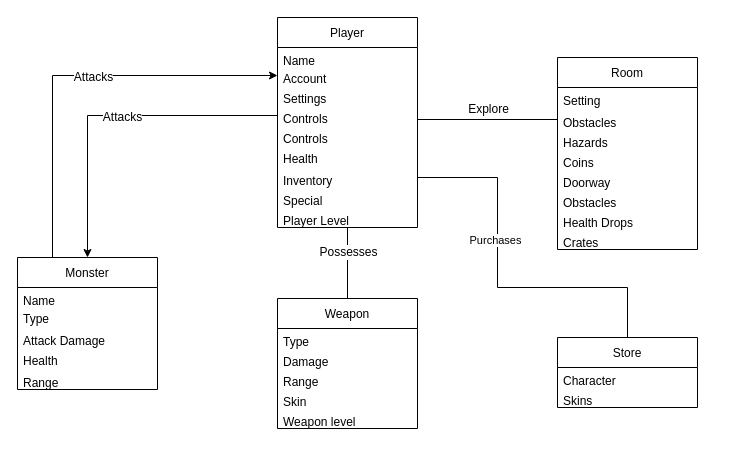
Above: Domain Model M2/Domain Model M2.drawio in jcarpenter48/dungeon_16 (draw.io), before the change. Source tidied: cells renumbered, new cells numbered last; positions are measured from the earlier drawing's top-left corner, leaving out a move shared by most shapes. Both pictures are drawn from the tidied source at 100%, with x=0, y=0 at pixel (17, 17).
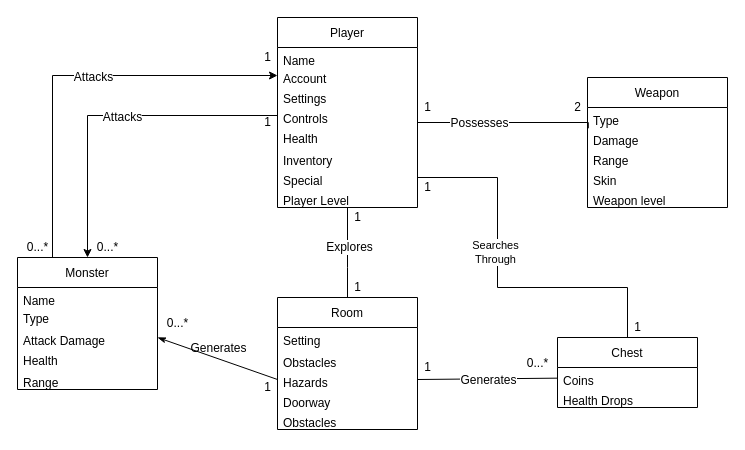
After the change.

Commit message:
Update M2 Domain Model Rough Draft

The change refers to these unchanged cells:
```xml
<mxCell id="19" value="Attack Damage" style="text;strokeColor=none;fillColor=none;align=left;verticalAlign=top;spacingLeft=4;spacingRight=4;overflow=hidden;points=[[0,0.5],[1,0.5]];portConstraint=eastwest;" parent="16" vertex="1">
  <mxGeometry y="70" width="140" height="20" as="geometry" />
</mxCell>
<mxCell id="24" value="Damage" style="text;strokeColor=none;fillColor=none;align=left;verticalAlign=top;spacingLeft=4;spacingRight=4;overflow=hidden;points=[[0,0.5],[1,0.5]];portConstraint=eastwest;" parent="22" vertex="1">
  <mxGeometry y="50" width="140" height="20" as="geometry" />
</mxCell>
<mxCell id="30" value="Obstacles" style="text;strokeColor=none;fillColor=none;align=left;verticalAlign=top;spacingLeft=4;spacingRight=4;overflow=hidden;points=[[0,0.5],[1,0.5]];portConstraint=eastwest;" parent="28" vertex="1">
  <mxGeometry y="52" width="140" height="20" as="geometry" />
</mxCell>
<mxCell id="31" value="Hazards" style="text;strokeColor=none;fillColor=none;align=left;verticalAlign=top;spacingLeft=4;spacingRight=4;overflow=hidden;points=[[0,0.5],[1,0.5]];portConstraint=eastwest;" parent="28" vertex="1">
  <mxGeometry y="72" width="140" height="20" as="geometry" />
</mxCell>
<mxCell id="42" style="edgeStyle=orthogonalEdgeStyle;rounded=0;jettySize=auto;html=1;exitX=1;exitY=0.5;exitDx=0;exitDy=0;startArrow=none;startFill=0;endArrow=none;endFill=0;" parent="1" edge="1" source="12">
  <mxGeometry relative="1" as="geometry">
    <mxPoint x="610" y="320" as="targetPoint" />
    <Array as="points">
      <mxPoint x="480" y="160" />
      <mxPoint x="480" y="270" />
      <mxPoint x="610" y="270" />
    </Array>
  </mxGeometry>
</mxCell>
```

Diff of the diagram source:
```diff
@@
-    <mxCell id="2" style="edgeStyle=orthogonalEdgeStyle;rounded=0;jettySize=auto;html=1;entryX=0.5;entryY=0;entryDx=0;entryDy=0;endArrow=none;endFill=0;" parent="1" edge="1" source="4" target="22">
-      <mxGeometry relative="1" as="geometry" />
+    <mxCell id="2" style="edgeStyle=orthogonalEdgeStyle;rounded=0;jettySize=auto;html=1;entryX=0.006;entryY=0.04;entryDx=0;entryDy=0;endArrow=none;endFill=0;entryPerimeter=0;" parent="1" edge="1" source="4" target="24">
+      <mxGeometry relative="1" as="geometry">
+        <Array as="points">
+          <mxPoint x="571" y="105" />
+        </Array>
+      </mxGeometry>
     </mxCell>
@@
+    <mxCell id="46" style="edgeStyle=none;rounded=0;jettySize=auto;html=1;startArrow=none;startFill=0;endArrow=none;endFill=0;strokeColor=#000000;entryX=0.5;entryY=0;entryDx=0;entryDy=0;" parent="1" edge="1" source="4" target="28">
+      <mxGeometry relative="1" as="geometry">
+        <Array as="points">
+          <mxPoint x="330" y="250" />
+        </Array>
+      </mxGeometry>
+    </mxCell>
+    <mxCell id="47" value="&lt;font style=&quot;font-size: 12px&quot;&gt;Explores&lt;/font&gt;" style="edgeLabel;html=1;align=center;verticalAlign=middle;" parent="46" vertex="1">
+      <mxGeometry x="-0.14" y="1" relative="1" as="geometry" />
+    </mxCell>
     <mxCell id="4" value="Player" style="swimlane;fontStyle=0;horizontal=1;startSize=30;" parent="1" vertex="1">
-      <mxGeometry x="260" width="140" height="210" as="geometry" />
+      <mxGeometry x="260" width="140" height="190" as="geometry" />
     </mxCell>
@@
-    <mxCell id="9" value="Controls" style="text;strokeColor=none;fillColor=none;align=left;verticalAlign=top;spacingLeft=4;spacingRight=4;overflow=hidden;" parent="4" vertex="1">
-      <mxGeometry y="108" width="140" height="20" as="geometry" />
-    </mxCell>
     <mxCell id="10" value="Health" style="text;strokeColor=none;fillColor=none;align=left;verticalAlign=top;spacingLeft=4;spacingRight=4;overflow=hidden;" parent="4" vertex="1">
-      <mxGeometry y="128" width="140" height="22" as="geometry" />
+      <mxGeometry y="108" width="140" height="22" as="geometry" />
     </mxCell>
     <mxCell id="11" value="Inventory" style="text;strokeColor=none;fillColor=none;align=left;verticalAlign=top;spacingLeft=4;spacingRight=4;overflow=hidden;" parent="4" vertex="1">
-      <mxGeometry y="150" width="140" height="20" as="geometry" />
+      <mxGeometry y="130" width="140" height="20" as="geometry" />
     </mxCell>
     <mxCell id="12" value="Special" style="text;strokeColor=none;fillColor=none;align=left;verticalAlign=top;spacingLeft=4;spacingRight=4;overflow=hidden;points=[[0,0.5],[1,0.5]];portConstraint=eastwest;" parent="4" vertex="1">
-      <mxGeometry y="170" width="140" height="20" as="geometry" />
+      <mxGeometry y="150" width="140" height="20" as="geometry" />
     </mxCell>
     <mxCell id="13" value="Player Level" style="text;strokeColor=none;fillColor=none;align=left;verticalAlign=top;spacingLeft=4;spacingRight=4;overflow=hidden;" parent="4" vertex="1">
-      <mxGeometry y="190" width="140" height="20" as="geometry" />
+      <mxGeometry y="170" width="140" height="20" as="geometry" />
     </mxCell>
@@
     <mxCell id="22" value="Weapon" style="swimlane;fontStyle=0;horizontal=1;startSize=30;" parent="1" vertex="1">
-      <mxGeometry x="260" y="281" width="140" height="130" as="geometry" />
+      <mxGeometry x="570" y="60" width="140" height="130" as="geometry" />
     </mxCell>
@@
     <mxCell id="28" value="Room" style="swimlane;fontStyle=0;horizontal=1;startSize=30;" parent="1" vertex="1">
-      <mxGeometry x="540" y="40" width="140" height="192" as="geometry" />
+      <mxGeometry x="260" y="280" width="140" height="132" as="geometry" />
     </mxCell>
@@
-    <mxCell id="32" value="Coins" style="text;strokeColor=none;fillColor=none;align=left;verticalAlign=top;spacingLeft=4;spacingRight=4;overflow=hidden;points=[[0,0.5],[1,0.5]];portConstraint=eastwest;" parent="28" vertex="1">
-      <mxGeometry y="92" width="140" height="20" as="geometry" />
-    </mxCell>
     <mxCell id="33" value="Doorway" style="text;strokeColor=none;fillColor=none;align=left;verticalAlign=top;spacingLeft=4;spacingRight=4;overflow=hidden;" parent="28" vertex="1">
-      <mxGeometry y="112" width="140" height="20" as="geometry" />
+      <mxGeometry y="92" width="140" height="20" as="geometry" />
     </mxCell>
     <mxCell id="34" value="Obstacles" style="text;strokeColor=none;fillColor=none;align=left;verticalAlign=top;spacingLeft=4;spacingRight=4;overflow=hidden;" parent="28" vertex="1">
-      <mxGeometry y="132" width="140" height="20" as="geometry" />
+      <mxGeometry y="112" width="140" height="20" as="geometry" />
     </mxCell>
+    <mxCell id="37" value="Chest" style="swimlane;fontStyle=0;horizontal=1;startSize=30;" parent="1" vertex="1">
+      <mxGeometry x="540" y="320" width="140" height="70" as="geometry" />
+    </mxCell>
+    <mxCell id="32" value="Coins" style="text;strokeColor=none;fillColor=none;align=left;verticalAlign=top;spacingLeft=4;spacingRight=4;overflow=hidden;points=[[0,0.5],[1,0.5]];portConstraint=eastwest;" parent="37" vertex="1">
+      <mxGeometry y="30" width="140" height="20" as="geometry" />
+    </mxCell>
-    <mxCell id="35" value="Health Drops" style="text;strokeColor=none;fillColor=none;align=left;verticalAlign=top;spacingLeft=4;spacingRight=4;overflow=hidden;" parent="28" vertex="1">
-      <mxGeometry y="152" width="140" height="20" as="geometry" />
+    <mxCell id="35" value="Health Drops" style="text;strokeColor=none;fillColor=none;align=left;verticalAlign=top;spacingLeft=4;spacingRight=4;overflow=hidden;" parent="37" vertex="1">
+      <mxGeometry y="50" width="140" height="20" as="geometry" />
     </mxCell>
-    <mxCell id="36" value="Crates" style="text;strokeColor=none;fillColor=none;align=left;verticalAlign=top;spacingLeft=4;spacingRight=4;overflow=hidden;" parent="28" vertex="1">
-      <mxGeometry y="172" width="140" height="20" as="geometry" />
-    </mxCell>
-    <mxCell id="37" value="Store" style="swimlane;fontStyle=0;horizontal=1;startSize=30;" parent="1" vertex="1">
-      <mxGeometry x="540" y="320" width="140" height="70" as="geometry" />
-    </mxCell>
-    <mxCell id="38" value="Character" style="text;strokeColor=none;fillColor=none;align=left;verticalAlign=top;spacingLeft=4;spacingRight=4;overflow=hidden;" parent="37" vertex="1">
-      <mxGeometry y="30" width="140" height="20" as="geometry" />
-    </mxCell>
-    <mxCell id="39" value="Skins" style="text;strokeColor=none;fillColor=none;align=left;verticalAlign=top;spacingLeft=4;spacingRight=4;overflow=hidden;" parent="37" vertex="1">
-      <mxGeometry y="50" width="140" height="20" as="geometry" />
-    </mxCell>
@@
-    <mxCell id="43" value="Purchases" style="edgeLabel;html=1;align=center;verticalAlign=middle;" parent="42" vertex="1">
+    <mxCell id="43" value="Searches&lt;br&gt;Through" style="edgeLabel;html=1;align=center;verticalAlign=middle;" parent="42" vertex="1">
       <mxGeometry x="-0.17" y="-3" relative="1" as="geometry" />
     </mxCell>
-    <mxCell id="44" style="endArrow=none;html=1;" parent="1" edge="1" target="30">
-      <mxGeometry relative="1" as="geometry">
-        <mxPoint x="400" y="102" as="sourcePoint" />
-      </mxGeometry>
-    </mxCell>
-    <mxCell id="45" value="&lt;font style=&quot;font-size: 12px&quot;&gt;Explore&lt;/font&gt;" style="edgeLabel;html=1;align=center;verticalAlign=middle;labelBackgroundColor=none;" parent="44" vertex="1">
-      <mxGeometry x="-0.23" y="1" relative="1" as="geometry">
-        <mxPoint x="16" y="-10" as="offset" />
-      </mxGeometry>
-    </mxCell>
+    <mxCell id="48" value="1" style="text;html=1;align=center;verticalAlign=middle;strokeColor=none;" parent="1" vertex="1">
+      <mxGeometry x="240" y="30" width="20" height="20" as="geometry" />
+    </mxCell>
+    <mxCell id="49" value="1" style="text;html=1;align=center;verticalAlign=middle;strokeColor=none;" parent="1" vertex="1">
+      <mxGeometry x="240" y="95" width="20" height="20" as="geometry" />
+    </mxCell>
+    <mxCell id="50" value="1" style="text;html=1;align=center;verticalAlign=middle;strokeColor=none;" parent="1" vertex="1">
+      <mxGeometry x="400" y="80" width="20" height="20" as="geometry" />
+    </mxCell>
+    <mxCell id="51" value="1" style="text;html=1;align=center;verticalAlign=middle;strokeColor=none;" parent="1" vertex="1">
+      <mxGeometry x="400" y="160" width="20" height="20" as="geometry" />
+    </mxCell>
+    <mxCell id="52" value="1" style="text;html=1;align=center;verticalAlign=middle;strokeColor=none;" parent="1" vertex="1">
+      <mxGeometry x="330" y="190" width="20" height="20" as="geometry" />
+    </mxCell>
+    <mxCell id="53" value="1" style="text;html=1;align=center;verticalAlign=middle;strokeColor=none;" parent="1" vertex="1">
+      <mxGeometry x="330" y="260" width="20" height="20" as="geometry" />
+    </mxCell>
+    <mxCell id="54" style="edgeStyle=none;rounded=0;jettySize=auto;html=1;exitX=0;exitY=0.5;exitDx=0;exitDy=0;entryX=1;entryY=0.5;entryDx=0;entryDy=0;startArrow=none;startFill=0;endArrow=classicThin;endFill=1;strokeColor=#000000;" parent="1" edge="1" source="31" target="19">
+      <mxGeometry relative="1" as="geometry" />
+    </mxCell>
+    <mxCell id="55" value="&lt;font style=&quot;font-size: 12px&quot;&gt;Generates&lt;/font&gt;" style="edgeLabel;html=1;align=center;verticalAlign=middle;labelBackgroundColor=none;" parent="54" vertex="1">
+      <mxGeometry x="-0.19" y="1" relative="1" as="geometry">
+        <mxPoint x="-11" y="-16" as="offset" />
+      </mxGeometry>
+    </mxCell>
+    <mxCell id="56" value="1" style="text;html=1;align=center;verticalAlign=middle;strokeColor=none;" parent="1" vertex="1">
+      <mxGeometry x="240" y="360" width="20" height="20" as="geometry" />
+    </mxCell>
+    <mxCell id="57" value="0...*" style="text;html=1;align=center;verticalAlign=middle;strokeColor=none;" parent="1" vertex="1">
+      <mxGeometry x="140" y="296" width="40" height="20" as="geometry" />
+    </mxCell>
+    <mxCell id="58" value="0...*" style="text;html=1;align=center;verticalAlign=middle;strokeColor=none;" parent="1" vertex="1">
+      <mxGeometry x="70" y="220" width="40" height="20" as="geometry" />
+    </mxCell>
+    <mxCell id="59" value="0...*" style="text;html=1;align=center;verticalAlign=middle;strokeColor=none;" parent="1" vertex="1">
+      <mxGeometry y="220" width="40" height="20" as="geometry" />
+    </mxCell>
+    <mxCell id="60" value="2" style="text;html=1;align=center;verticalAlign=middle;strokeColor=none;" parent="1" vertex="1">
+      <mxGeometry x="550" y="80" width="20" height="20" as="geometry" />
+    </mxCell>
+    <mxCell id="61" style="edgeStyle=none;rounded=0;jettySize=auto;html=1;exitX=1;exitY=0.5;exitDx=0;exitDy=0;startArrow=none;startFill=0;endArrow=none;endFill=0;strokeColor=#000000;" parent="1" edge="1" source="31" target="32">
+      <mxGeometry relative="1" as="geometry" />
+    </mxCell>
+    <mxCell id="62" value="&lt;font style=&quot;font-size: 12px&quot;&gt;Generates&lt;/font&gt;" style="edgeLabel;html=1;align=center;verticalAlign=middle;" parent="61" vertex="1">
+      <mxGeometry x="0.14" y="-1" relative="1" as="geometry">
+        <mxPoint x="-10" as="offset" />
+      </mxGeometry>
+    </mxCell>
+    <mxCell id="63" value="1" style="text;html=1;align=center;verticalAlign=middle;strokeColor=none;" parent="1" vertex="1">
+      <mxGeometry x="400" y="340" width="20" height="20" as="geometry" />
+    </mxCell>
+    <mxCell id="64" value="1" style="text;html=1;align=center;verticalAlign=middle;strokeColor=none;" parent="1" vertex="1">
+      <mxGeometry x="610" y="300" width="20" height="20" as="geometry" />
+    </mxCell>
+    <mxCell id="65" value="0...*" style="text;html=1;align=center;verticalAlign=middle;strokeColor=none;" parent="1" vertex="1">
+      <mxGeometry x="500" y="336" width="40" height="20" as="geometry" />
+    </mxCell>
```
